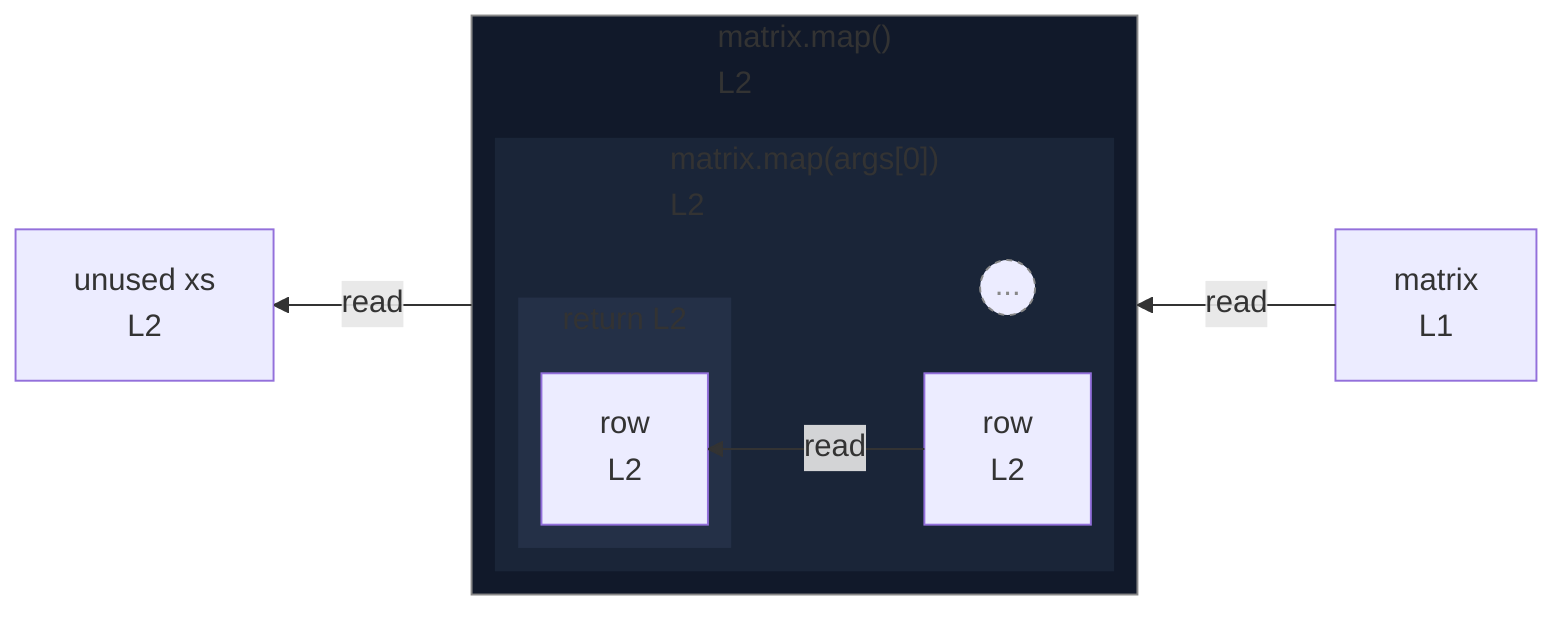
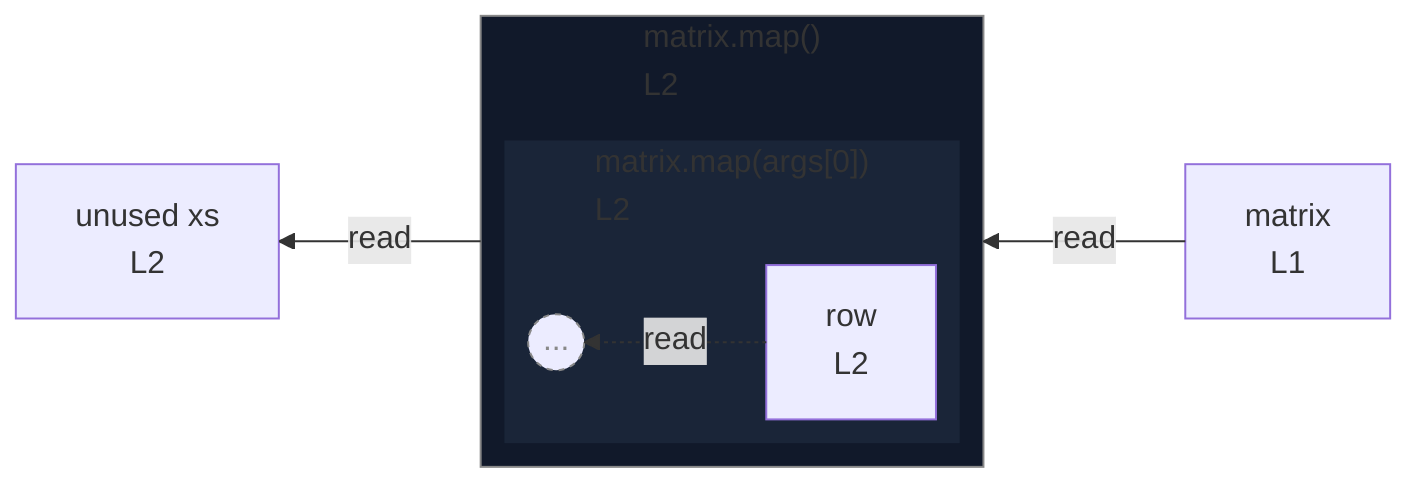
%%{init: {"flowchart": {"defaultRenderer": "elk"}}}%%
flowchart RL
  n_scope_0_matrix_6["matrix<br/>L1"]
  n_scope_0_xs_39["unused xs<br/>L2"]
  subgraph call_proxy_44["matrix.map()<br/>L2"]
    direction RL
    subgraph s_scope_1["matrix.map(args[0])<br/>L2"]
      direction RL
      n_scope_1_row_56["row<br/>L2"]
      beyond_depth_s_scope_1((...))
-       subgraph s_return_scope_1_64_85["return L2"]
-         direction RL
-         ret_use_ref_3["row<br/>L2"]
-       end
    end
  end
  call_proxy_44 -->|read| n_scope_0_xs_39
  n_scope_0_matrix_6 -->|read| call_proxy_44
-   n_scope_1_row_56 -->|read| ret_use_ref_3
+   n_scope_1_row_56 -.->|read| beyond_depth_s_scope_1
  classDef boundaryStub stroke:#888,stroke-dasharray:3 3,color:#888;
  class beyond_depth_s_scope_1 boundaryStub;
  classDef nestL1 fill:#11192a,stroke:transparent;
  class call_proxy_44 nestL1;
  classDef nestL2 fill:#1a2538,stroke:transparent;
  class s_scope_1 nestL2;
-   classDef nestL3 fill:#243047,stroke:transparent;
-   class s_return_scope_1_64_85 nestL3;
  classDef edgeTargetSubgraph stroke:#888;
  class call_proxy_44 edgeTargetSubgraph;
